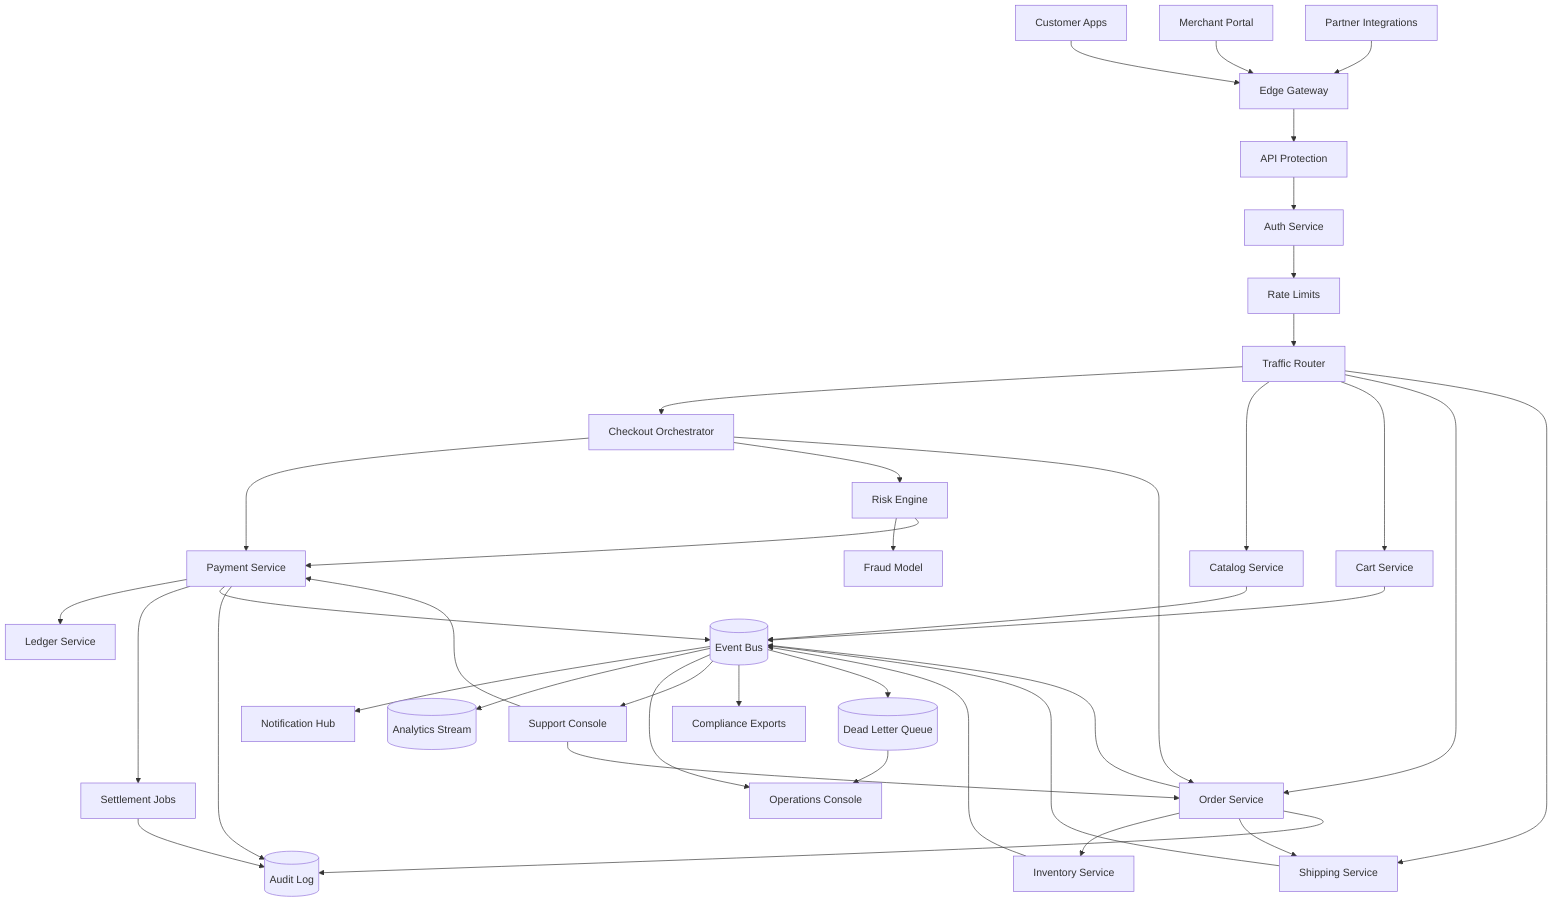
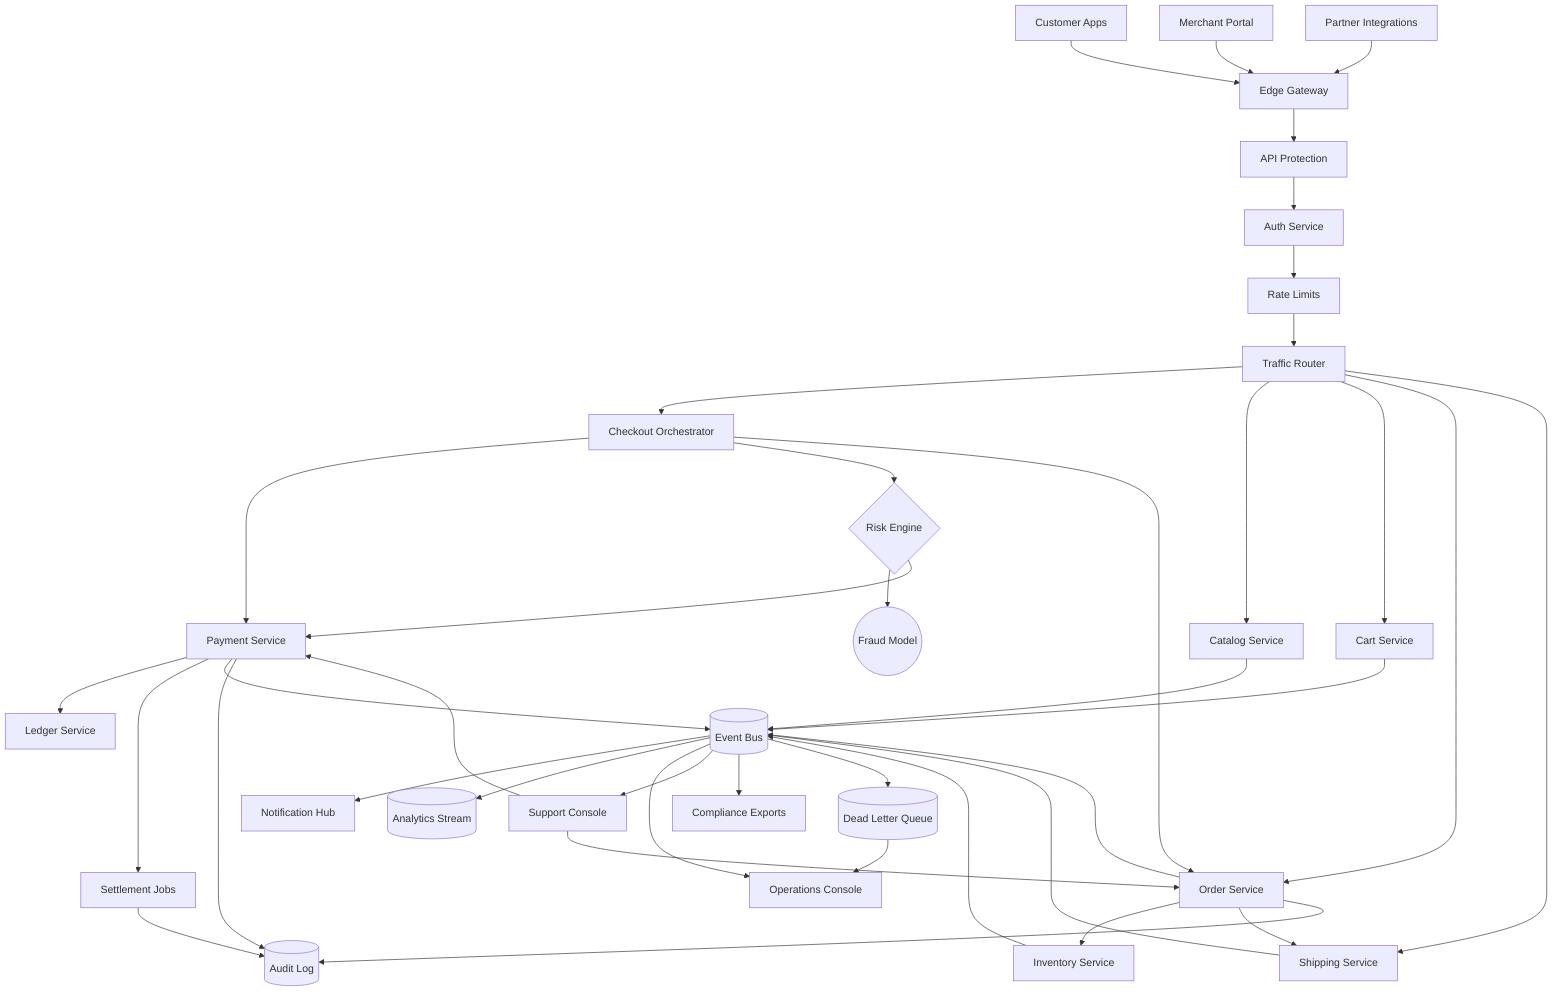
flowchart TD
  customer_apps[Customer Apps]
  merchant_portal[Merchant Portal]
  partner_integrations[Partner Integrations]
  edge_gateway[Edge Gateway]
  api_protection[API Protection]
  auth_service[Auth Service]
  rate_limits[Rate Limits]
  traffic_router[Traffic Router]

  checkout_orchestrator[Checkout Orchestrator]
  payment_service[Payment Service]
-   risk_engine[Risk Engine]
-   fraud_model[Fraud Model]
+   risk_engine{Risk Engine}
+   fraud_model((Fraud Model))
  ledger_service[Ledger Service]
-   settlement_jobs[Settlement Jobs]
+   settlement_jobs@{ shape: rect, label: "Settlement Jobs" }

  catalog_service[Catalog Service]
  cart_service[Cart Service]
  order_service[Order Service]
  inventory_service[Inventory Service]
  shipping_service[Shipping Service]

  event_bus[(Event Bus)]
  notifications[Notification Hub]
  analytics_stream[(Analytics Stream)]
  audit_log[(Audit Log)]
  operations_console[Operations Console]
  support_console[Support Console]
  compliance_exports[Compliance Exports]
  dead_letter_queue[(Dead Letter Queue)]

  customer_apps --> edge_gateway
  merchant_portal --> edge_gateway
  partner_integrations --> edge_gateway

  edge_gateway --> api_protection
  api_protection --> auth_service
  auth_service --> rate_limits
  rate_limits --> traffic_router

  traffic_router --> checkout_orchestrator
  traffic_router --> catalog_service
  traffic_router --> cart_service
  traffic_router --> order_service
  traffic_router --> shipping_service

  checkout_orchestrator --> payment_service
  checkout_orchestrator --> risk_engine
  checkout_orchestrator --> order_service

  risk_engine --> fraud_model
  risk_engine --> payment_service

  payment_service --> ledger_service
  payment_service --> settlement_jobs
  payment_service --> event_bus
  payment_service --> audit_log

  order_service --> inventory_service
  order_service --> shipping_service
  order_service --> event_bus
  order_service --> audit_log

  catalog_service --> event_bus
  cart_service --> event_bus
  shipping_service --> event_bus
  inventory_service --> event_bus

  event_bus --> notifications
  event_bus --> analytics_stream
  event_bus --> operations_console
  event_bus --> support_console
  event_bus --> compliance_exports
  event_bus --> dead_letter_queue

  settlement_jobs --> audit_log
  dead_letter_queue --> operations_console
  support_console --> order_service
  support_console --> payment_service
